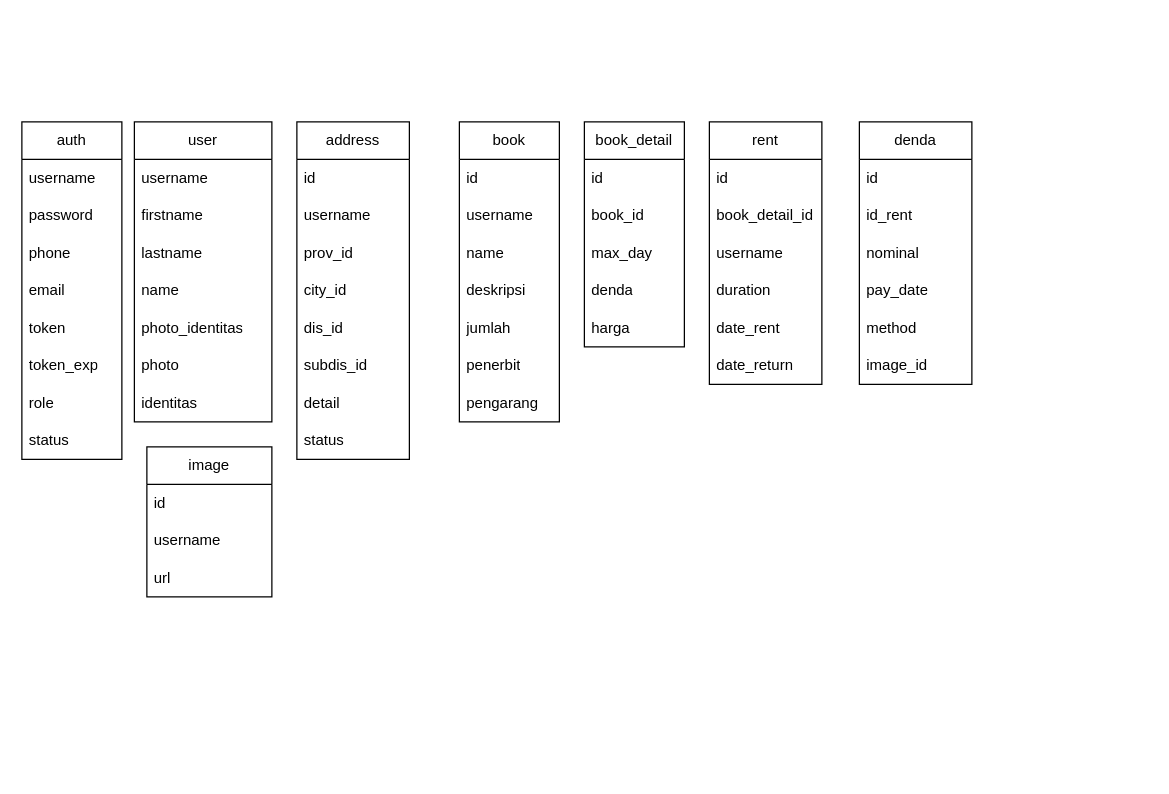
Above: smilee.drawio in mratri10/smilee (draw.io), before the change. Source tidied: cells renumbered, new cells numbered last; positions are measured from the earlier drawing's top-left corner, leaving out a move shared by most shapes. Both pictures are drawn from the tidied source at 125%, with x=0, y=0 at pixel (21, 121).
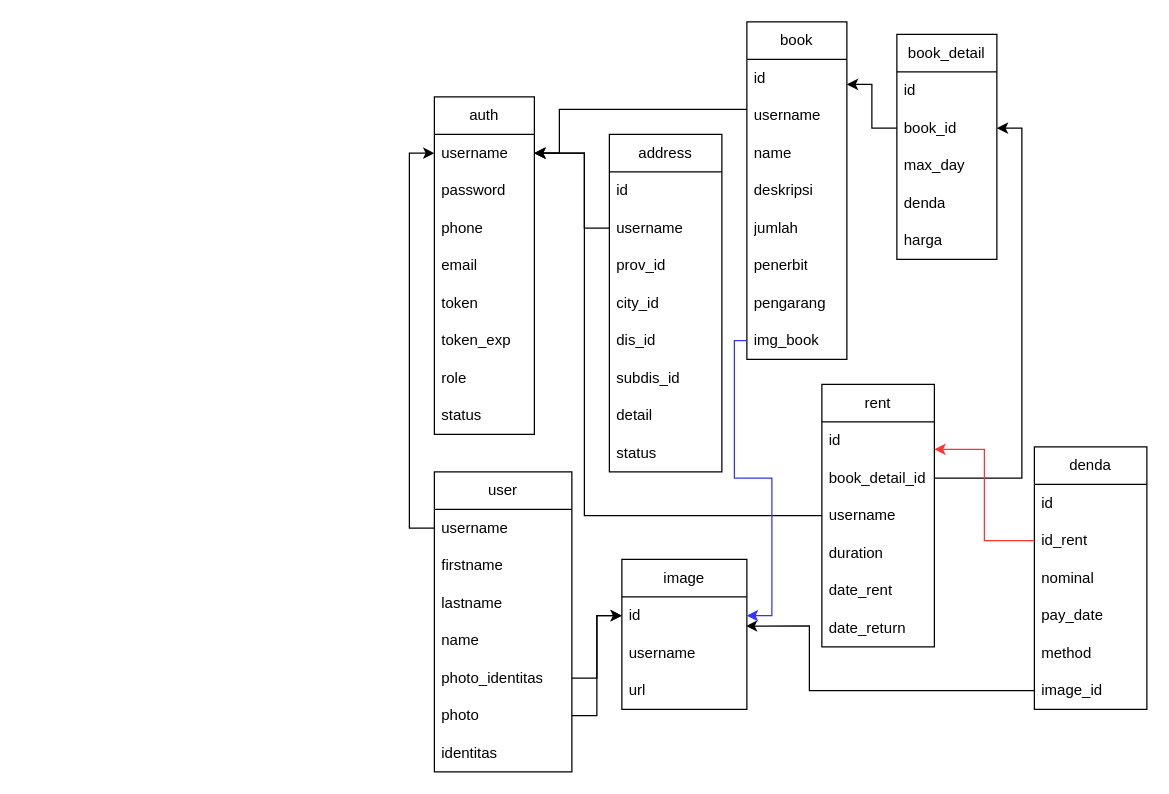
The same diagram, later.

Unchanged cells that the change refers to:
```xml
<mxCell id="3" value="username" style="text;strokeColor=none;fillColor=none;align=left;verticalAlign=middle;spacingLeft=4;spacingRight=4;overflow=hidden;points=[[0,0.5],[1,0.5]];portConstraint=eastwest;whiteSpace=wrap;html=1;" parent="2" vertex="1">
  <mxGeometry y="30" width="80" height="30" as="geometry" />
</mxCell>
<mxCell id="12" value="username" style="text;strokeColor=none;fillColor=none;align=left;verticalAlign=middle;spacingLeft=4;spacingRight=4;overflow=hidden;points=[[0,0.5],[1,0.5]];portConstraint=eastwest;whiteSpace=wrap;html=1;" parent="11" vertex="1">
  <mxGeometry y="30" width="110" height="30" as="geometry" />
</mxCell>
<mxCell id="16" value="photo_identitas" style="text;strokeColor=none;fillColor=none;align=left;verticalAlign=middle;spacingLeft=4;spacingRight=4;overflow=hidden;points=[[0,0.5],[1,0.5]];portConstraint=eastwest;whiteSpace=wrap;html=1;" parent="11" vertex="1">
  <mxGeometry y="150" width="110" height="30" as="geometry" />
</mxCell>
<mxCell id="17" value="photo" style="text;strokeColor=none;fillColor=none;align=left;verticalAlign=middle;spacingLeft=4;spacingRight=4;overflow=hidden;points=[[0,0.5],[1,0.5]];portConstraint=eastwest;whiteSpace=wrap;html=1;" parent="11" vertex="1">
  <mxGeometry y="180" width="110" height="30" as="geometry" />
</mxCell>
<mxCell id="21" value="username" style="text;strokeColor=none;fillColor=none;align=left;verticalAlign=middle;spacingLeft=4;spacingRight=4;overflow=hidden;points=[[0,0.5],[1,0.5]];portConstraint=eastwest;whiteSpace=wrap;html=1;" parent="19" vertex="1">
  <mxGeometry y="60" width="90" height="30" as="geometry" />
</mxCell>
<mxCell id="29" value="id" style="text;strokeColor=none;fillColor=none;align=left;verticalAlign=middle;spacingLeft=4;spacingRight=4;overflow=hidden;points=[[0,0.5],[1,0.5]];portConstraint=eastwest;whiteSpace=wrap;html=1;" parent="28" vertex="1">
  <mxGeometry y="30" width="80" height="30" as="geometry" />
</mxCell>
<mxCell id="30" value="username" style="text;strokeColor=none;fillColor=none;align=left;verticalAlign=middle;spacingLeft=4;spacingRight=4;overflow=hidden;points=[[0,0.5],[1,0.5]];portConstraint=eastwest;whiteSpace=wrap;html=1;" parent="28" vertex="1">
  <mxGeometry y="60" width="80" height="30" as="geometry" />
</mxCell>
<mxCell id="37" value="id" style="text;strokeColor=none;fillColor=none;align=left;verticalAlign=middle;spacingLeft=4;spacingRight=4;overflow=hidden;points=[[0,0.5],[1,0.5]];portConstraint=eastwest;whiteSpace=wrap;html=1;" parent="36" vertex="1">
  <mxGeometry y="30" width="100" height="30" as="geometry" />
</mxCell>
<mxCell id="42" value="book_id" style="text;strokeColor=none;fillColor=none;align=left;verticalAlign=middle;spacingLeft=4;spacingRight=4;overflow=hidden;points=[[0,0.5],[1,0.5]];portConstraint=eastwest;whiteSpace=wrap;html=1;" parent="40" vertex="1">
  <mxGeometry y="60" width="80" height="30" as="geometry" />
</mxCell>
<mxCell id="47" value="id" style="text;strokeColor=none;fillColor=none;align=left;verticalAlign=middle;spacingLeft=4;spacingRight=4;overflow=hidden;points=[[0,0.5],[1,0.5]];portConstraint=eastwest;whiteSpace=wrap;html=1;" parent="46" vertex="1">
  <mxGeometry y="30" width="90" height="30" as="geometry" />
</mxCell>
<mxCell id="48" value="book_detail_id" style="text;strokeColor=none;fillColor=none;align=left;verticalAlign=middle;spacingLeft=4;spacingRight=4;overflow=hidden;points=[[0,0.5],[1,0.5]];portConstraint=eastwest;whiteSpace=wrap;html=1;" parent="46" vertex="1">
  <mxGeometry y="60" width="90" height="30" as="geometry" />
</mxCell>
<mxCell id="49" value="username" style="text;strokeColor=none;fillColor=none;align=left;verticalAlign=middle;spacingLeft=4;spacingRight=4;overflow=hidden;points=[[0,0.5],[1,0.5]];portConstraint=eastwest;whiteSpace=wrap;html=1;" parent="46" vertex="1">
  <mxGeometry y="90" width="90" height="30" as="geometry" />
</mxCell>
<mxCell id="55" value="id_rent" style="text;strokeColor=none;fillColor=none;align=left;verticalAlign=middle;spacingLeft=4;spacingRight=4;overflow=hidden;points=[[0,0.5],[1,0.5]];portConstraint=eastwest;whiteSpace=wrap;html=1;" parent="53" vertex="1">
  <mxGeometry y="60" width="90" height="30" as="geometry" />
</mxCell>
<mxCell id="59" value="image_id" style="text;strokeColor=none;fillColor=none;align=left;verticalAlign=middle;spacingLeft=4;spacingRight=4;overflow=hidden;points=[[0,0.5],[1,0.5]];portConstraint=eastwest;whiteSpace=wrap;html=1;" parent="53" vertex="1">
  <mxGeometry y="180" width="90" height="30" as="geometry" />
</mxCell>
```

Diff of the diagram source:
```diff
@@
     <mxCell id="2" value="auth" style="swimlane;fontStyle=0;horizontal=1;startSize=30;whiteSpace=wrap;html=1;" parent="1" vertex="1">
-      <mxGeometry width="80" height="270" as="geometry" />
+      <mxGeometry x="330" y="-20" width="80" height="270" as="geometry" />
     </mxCell>
@@
     <mxCell id="11" value="user" style="swimlane;fontStyle=0;horizontal=1;startSize=30;whiteSpace=wrap;html=1;" parent="1" vertex="1">
-      <mxGeometry x="90" width="110" height="240" as="geometry" />
+      <mxGeometry x="330" y="280" width="110" height="240" as="geometry" />
     </mxCell>
@@
     <mxCell id="19" value="address" style="swimlane;fontStyle=0;horizontal=1;startSize=30;whiteSpace=wrap;html=1;" parent="1" vertex="1">
-      <mxGeometry x="220" width="90" height="270" as="geometry" />
+      <mxGeometry x="470" y="10" width="90" height="270" as="geometry" />
     </mxCell>
@@
     <mxCell id="28" value="book" style="swimlane;fontStyle=0;horizontal=1;startSize=30;whiteSpace=wrap;html=1;" parent="1" vertex="1">
-      <mxGeometry x="350" width="80" height="240" as="geometry" />
+      <mxGeometry x="580" y="-80" width="80" height="270" as="geometry" />
     </mxCell>
@@
+    <mxCell id="60" value="img_book" style="text;strokeColor=none;fillColor=none;align=left;verticalAlign=middle;spacingLeft=4;spacingRight=4;overflow=hidden;points=[[0,0.5],[1,0.5]];portConstraint=eastwest;whiteSpace=wrap;html=1;" parent="28" vertex="1">
+      <mxGeometry y="240" width="80" height="30" as="geometry" />
+    </mxCell>
     <mxCell id="36" value="image" style="swimlane;fontStyle=0;horizontal=1;startSize=30;whiteSpace=wrap;html=1;" parent="1" vertex="1">
-      <mxGeometry x="100" y="260" width="100" height="120" as="geometry" />
+      <mxGeometry x="480" y="350" width="100" height="120" as="geometry" />
     </mxCell>
@@
     <mxCell id="40" value="book_detail" style="swimlane;fontStyle=0;horizontal=1;startSize=30;whiteSpace=wrap;html=1;" parent="1" vertex="1">
-      <mxGeometry x="450" width="80" height="180" as="geometry" />
+      <mxGeometry x="700" y="-70" width="80" height="180" as="geometry" />
     </mxCell>
@@
     <mxCell id="46" value="rent" style="swimlane;fontStyle=0;horizontal=1;startSize=30;whiteSpace=wrap;html=1;" parent="1" vertex="1">
-      <mxGeometry x="550" width="90" height="210" as="geometry" />
+      <mxGeometry x="640" y="210" width="90" height="210" as="geometry" />
     </mxCell>
@@
     <mxCell id="53" value="denda" style="swimlane;fontStyle=0;horizontal=1;startSize=30;whiteSpace=wrap;html=1;" parent="1" vertex="1">
-      <mxGeometry x="670" width="90" height="210" as="geometry" />
+      <mxGeometry x="810" y="260" width="90" height="210" as="geometry" />
     </mxCell>
@@
+    <mxCell id="61" style="edgeStyle=orthogonalEdgeStyle;rounded=0;jettySize=auto;html=1;" parent="1" edge="1" source="30" target="3">
+      <mxGeometry relative="1" as="geometry">
+        <Array as="points">
+          <mxPoint x="430" y="-10" />
+          <mxPoint x="430" y="25" />
+        </Array>
+      </mxGeometry>
+    </mxCell>
+    <mxCell id="62" style="edgeStyle=orthogonalEdgeStyle;rounded=0;jettySize=auto;html=1;" parent="1" edge="1" source="42" target="29">
+      <mxGeometry relative="1" as="geometry">
+        <Array as="points">
+          <mxPoint x="680" y="5" />
+          <mxPoint x="680" y="-30" />
+        </Array>
+      </mxGeometry>
+    </mxCell>
+    <mxCell id="63" style="edgeStyle=orthogonalEdgeStyle;rounded=0;jettySize=auto;html=1;entryX=1;entryY=0.5;entryDx=0;entryDy=0;" parent="1" edge="1" source="48" target="42">
+      <mxGeometry relative="1" as="geometry" />
+    </mxCell>
+    <mxCell id="64" style="edgeStyle=orthogonalEdgeStyle;rounded=0;jettySize=auto;html=1;exitX=0;exitY=0.5;exitDx=0;exitDy=0;entryX=1;entryY=0.733;entryDx=0;entryDy=0;entryPerimeter=0;strokeColor=#FF3333;" parent="1" edge="1" source="55" target="47">
+      <mxGeometry relative="1" as="geometry" />
+    </mxCell>
+    <mxCell id="65" style="edgeStyle=orthogonalEdgeStyle;rounded=0;jettySize=auto;html=1;exitX=0;exitY=0.5;exitDx=0;exitDy=0;entryX=1;entryY=0.5;entryDx=0;entryDy=0;" parent="1" edge="1" source="49" target="3">
+      <mxGeometry relative="1" as="geometry">
+        <Array as="points">
+          <mxPoint x="450" y="315" />
+          <mxPoint x="450" y="25" />
+        </Array>
+      </mxGeometry>
+    </mxCell>
+    <mxCell id="66" style="edgeStyle=orthogonalEdgeStyle;rounded=0;jettySize=auto;html=1;exitX=0;exitY=0.5;exitDx=0;exitDy=0;" parent="1" edge="1" source="21" target="3">
+      <mxGeometry relative="1" as="geometry">
+        <Array as="points">
+          <mxPoint x="450" y="85" />
+          <mxPoint x="450" y="25" />
+        </Array>
+      </mxGeometry>
+    </mxCell>
+    <mxCell id="67" style="edgeStyle=orthogonalEdgeStyle;rounded=0;jettySize=auto;html=1;exitX=1;exitY=0.5;exitDx=0;exitDy=0;entryX=0;entryY=0.5;entryDx=0;entryDy=0;" parent="1" edge="1" source="17" target="37">
+      <mxGeometry relative="1" as="geometry" />
+    </mxCell>
+    <mxCell id="68" style="edgeStyle=orthogonalEdgeStyle;rounded=0;jettySize=auto;html=1;exitX=1;exitY=0.5;exitDx=0;exitDy=0;" parent="1" edge="1" source="16" target="37">
+      <mxGeometry relative="1" as="geometry" />
+    </mxCell>
+    <mxCell id="69" style="edgeStyle=orthogonalEdgeStyle;rounded=0;jettySize=auto;html=1;exitX=0;exitY=0.5;exitDx=0;exitDy=0;entryX=0.993;entryY=0.778;entryDx=0;entryDy=0;entryPerimeter=0;" parent="1" edge="1" source="59" target="37">
+      <mxGeometry relative="1" as="geometry">
+        <Array as="points">
+          <mxPoint x="630" y="455" />
+          <mxPoint x="630" y="403" />
+        </Array>
+      </mxGeometry>
+    </mxCell>
+    <mxCell id="70" style="edgeStyle=orthogonalEdgeStyle;rounded=0;jettySize=auto;html=1;exitX=0;exitY=0.5;exitDx=0;exitDy=0;strokeColor=#3333FF;" parent="1" edge="1" source="60" target="37">
+      <mxGeometry relative="1" as="geometry">
+        <Array as="points">
+          <mxPoint x="570" y="175" />
+          <mxPoint x="570" y="285" />
+          <mxPoint x="600" y="285" />
+          <mxPoint x="600" y="395" />
+        </Array>
+      </mxGeometry>
+    </mxCell>
+    <mxCell id="71" style="edgeStyle=orthogonalEdgeStyle;rounded=0;jettySize=auto;html=1;exitX=0;exitY=0.5;exitDx=0;exitDy=0;" parent="1" edge="1" source="12" target="3">
+      <mxGeometry relative="1" as="geometry">
+        <Array as="points">
+          <mxPoint x="310" y="325" />
+          <mxPoint x="310" y="25" />
+        </Array>
+      </mxGeometry>
+    </mxCell>
```
